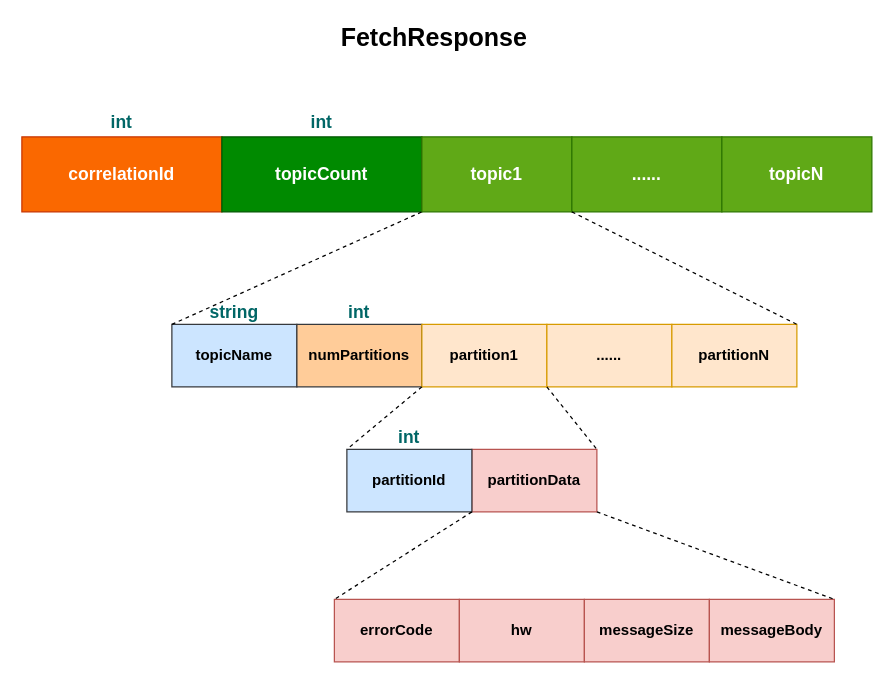
Before: kafka/image/consumer/fetch-response.drawio in yu000hong/book-open-source, a draw.io diagram. Source tidied: cells renumbered, new cells numbered last; positions are measured from the earlier drawing's top-left corner, leaving out a move shared by most shapes. Both pictures are drawn from the tidied source at 125%, with x=0, y=0 at pixel (21, 24).
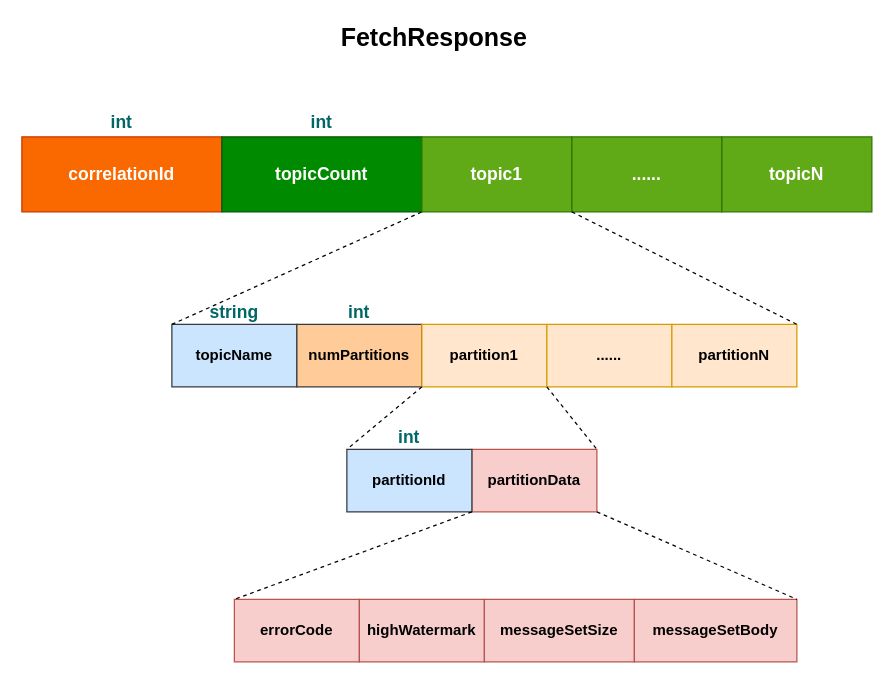
The same page after the edit.

What changed in the source:
```diff
@@
     <mxCell id="24" value="errorCode" style="rounded=0;whiteSpace=wrap;html=1;fontStyle=1;fillColor=#f8cecc;strokeColor=#b85450;" parent="1" vertex="1">
-      <mxGeometry x="250" y="460" width="100" height="50" as="geometry" />
+      <mxGeometry x="170" y="460" width="100" height="50" as="geometry" />
     </mxCell>
-    <mxCell id="25" value="hw" style="rounded=0;whiteSpace=wrap;html=1;fontStyle=1;fillColor=#f8cecc;strokeColor=#b85450;" parent="1" vertex="1">
-      <mxGeometry x="350" y="460" width="100" height="50" as="geometry" />
+    <mxCell id="25" value="highWatermark" style="rounded=0;whiteSpace=wrap;html=1;fontStyle=1;fillColor=#f8cecc;strokeColor=#b85450;" parent="1" vertex="1">
+      <mxGeometry x="270" y="460" width="100" height="50" as="geometry" />
     </mxCell>
-    <mxCell id="26" value="messageSize" style="rounded=0;whiteSpace=wrap;html=1;fontStyle=1;fillColor=#f8cecc;strokeColor=#b85450;" parent="1" vertex="1">
-      <mxGeometry x="450" y="460" width="100" height="50" as="geometry" />
+    <mxCell id="26" value="messageSetSize" style="rounded=0;whiteSpace=wrap;html=1;fontStyle=1;fillColor=#f8cecc;strokeColor=#b85450;" parent="1" vertex="1">
+      <mxGeometry x="370" y="460" width="120" height="50" as="geometry" />
     </mxCell>
-    <mxCell id="27" value="messageBody" style="rounded=0;whiteSpace=wrap;html=1;fontStyle=1;fillColor=#f8cecc;strokeColor=#b85450;" parent="1" vertex="1">
-      <mxGeometry x="550" y="460" width="100" height="50" as="geometry" />
+    <mxCell id="27" value="messageSetBody" style="rounded=0;whiteSpace=wrap;html=1;fontStyle=1;fillColor=#f8cecc;strokeColor=#b85450;" parent="1" vertex="1">
+      <mxGeometry x="490" y="460" width="130" height="50" as="geometry" />
     </mxCell>
```
